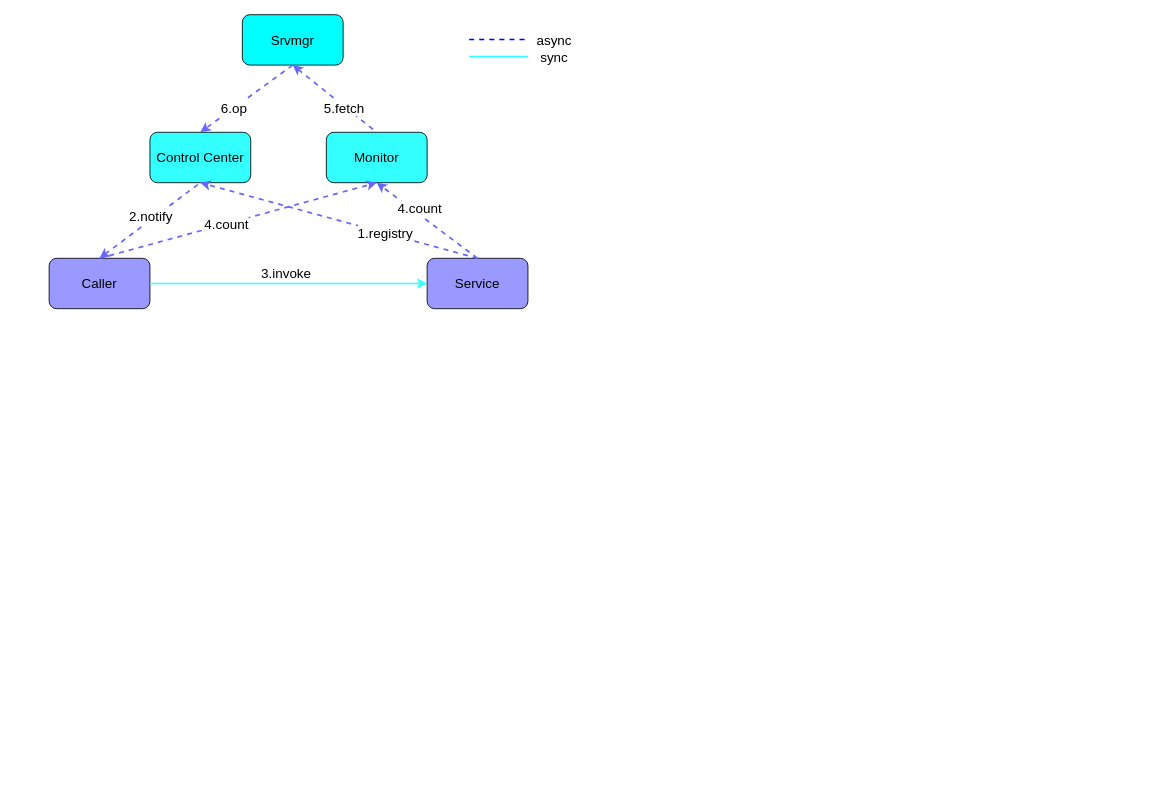
The draw.io diagram zz/zzscf/zzscf.drawio in waterystone/draw_io, before the edit. Source tidied: cells renumbered, new cells numbered last; positions are measured from the earlier drawing's top-left corner, leaving out a move shared by most shapes. Both pictures are drawn from the tidied source at 84%, with x=0, y=0 at pixel (49, 14).
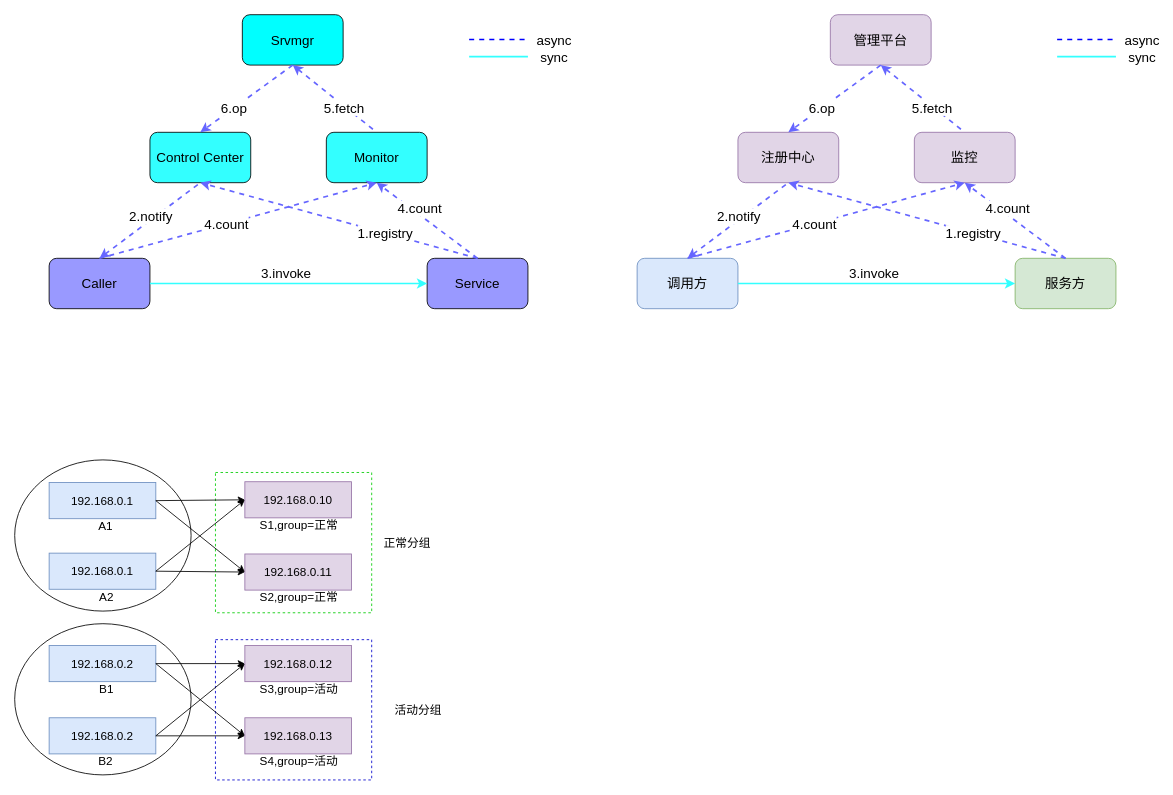
Above is the later version.

Change to the diagram source:
```diff
@@
+    <mxCell id="25" style="ellipse;whiteSpace=wrap;html=1;fillColor=none;" parent="1" vertex="1">
+      <mxGeometry x="-41" y="530" width="210" height="180" as="geometry" />
+    </mxCell>
@@
+    <mxCell id="26" value="调用方" style="rounded=1;whiteSpace=wrap;html=1;fillColor=#dae8fc;fontSize=16;strokeColor=#6c8ebf;" parent="1" vertex="1">
+      <mxGeometry x="700" y="290" width="120" height="60" as="geometry" />
+    </mxCell>
+    <mxCell id="27" value="服务方" style="rounded=1;whiteSpace=wrap;html=1;fillColor=#d5e8d4;fontSize=16;strokeColor=#82b366;" parent="1" vertex="1">
+      <mxGeometry x="1150" y="290" width="120" height="60" as="geometry" />
+    </mxCell>
+    <mxCell id="28" value="注册中心" style="rounded=1;whiteSpace=wrap;html=1;fillColor=#e1d5e7;fontSize=16;strokeColor=#9673a6;" parent="1" vertex="1">
+      <mxGeometry x="820" y="140" width="120" height="60" as="geometry" />
+    </mxCell>
+    <mxCell id="29" value="监控" style="rounded=1;whiteSpace=wrap;html=1;fillColor=#e1d5e7;fontSize=16;strokeColor=#9673a6;" parent="1" vertex="1">
+      <mxGeometry x="1030" y="140" width="120" height="60" as="geometry" />
+    </mxCell>
+    <mxCell id="30" value="管理平台" style="rounded=1;whiteSpace=wrap;html=1;fillColor=#e1d5e7;fontSize=16;strokeColor=#9673a6;" parent="1" vertex="1">
+      <mxGeometry x="930" width="120" height="60" as="geometry" />
+    </mxCell>
+    <mxCell id="31" style="endArrow=classic;html=1;fontSize=16;entryX=0.5;entryY=1;entryDx=0;entryDy=0;exitX=0.5;exitY=0;exitDx=0;exitDy=0;dashed=1;strokeWidth=2;strokeColor=#6666FF;" parent="1" edge="1" source="27" target="28">
+      <mxGeometry relative="1" as="geometry" />
+    </mxCell>
+    <mxCell id="32" value="1.registry" style="text;html=1;align=center;verticalAlign=middle;labelBackgroundColor=#ffffff;fontSize=16;" parent="31" vertex="1">
+      <mxGeometry x="0.07" y="-2" relative="1" as="geometry">
+        <mxPoint x="65.1" y="19.8" as="offset" />
+      </mxGeometry>
+    </mxCell>
+    <mxCell id="33" style="endArrow=none;html=1;fontSize=16;entryX=0.5;entryY=1;entryDx=0;entryDy=0;exitX=0.5;exitY=0;exitDx=0;exitDy=0;dashed=1;strokeWidth=2;strokeColor=#6666FF;startArrow=classic;startFill=1;endFill=0;" parent="1" edge="1" source="26" target="28">
+      <mxGeometry relative="1" as="geometry" />
+    </mxCell>
+    <mxCell id="34" value="2.notify" style="text;html=1;align=center;verticalAlign=middle;labelBackgroundColor=#ffffff;fontSize=16;" parent="33" vertex="1">
+      <mxGeometry x="-0.65" y="3" relative="1" as="geometry">
+        <mxPoint x="41" y="-32" as="offset" />
+      </mxGeometry>
+    </mxCell>
+    <mxCell id="35" style="endArrow=classic;html=1;fontSize=16;entryX=0;entryY=0.5;entryDx=0;entryDy=0;exitX=1;exitY=0.5;exitDx=0;exitDy=0;strokeWidth=2;strokeColor=#33FFFF;" parent="1" edge="1" source="26" target="27">
+      <mxGeometry relative="1" as="geometry" />
+    </mxCell>
+    <mxCell id="36" value="3.invoke" style="text;html=1;align=center;verticalAlign=middle;labelBackgroundColor=#ffffff;fontSize=16;" parent="35" vertex="1">
+      <mxGeometry x="0.07" y="-2" relative="1" as="geometry">
+        <mxPoint x="-16" y="-15" as="offset" />
+      </mxGeometry>
+    </mxCell>
+    <mxCell id="37" style="endArrow=classic;html=1;fontSize=16;entryX=0.5;entryY=1;entryDx=0;entryDy=0;exitX=0.5;exitY=0;exitDx=0;exitDy=0;dashed=1;strokeWidth=2;strokeColor=#6666FF;" parent="1" edge="1" source="26" target="29">
+      <mxGeometry relative="1" as="geometry" />
+    </mxCell>
+    <mxCell id="38" value="4.count" style="text;html=1;align=center;verticalAlign=middle;labelBackgroundColor=#ffffff;fontSize=16;" parent="37" vertex="1">
+      <mxGeometry x="0.07" y="-2" relative="1" as="geometry">
+        <mxPoint x="-26.1" y="6" as="offset" />
+      </mxGeometry>
+    </mxCell>
+    <mxCell id="39" style="endArrow=classic;html=1;fontSize=16;entryX=0.5;entryY=1;entryDx=0;entryDy=0;exitX=0.5;exitY=0;exitDx=0;exitDy=0;dashed=1;strokeWidth=2;strokeColor=#6666FF;" parent="1" edge="1" source="27" target="29">
+      <mxGeometry relative="1" as="geometry" />
+    </mxCell>
+    <mxCell id="40" value="4.count" style="text;html=1;align=center;verticalAlign=middle;labelBackgroundColor=#ffffff;fontSize=16;" parent="39" vertex="1">
+      <mxGeometry x="0.07" y="-2" relative="1" as="geometry">
+        <mxPoint x="-7.2" y="-10.4" as="offset" />
+      </mxGeometry>
+    </mxCell>
+    <mxCell id="41" style="endArrow=classic;html=1;fontSize=16;entryX=0.5;entryY=0;entryDx=0;entryDy=0;exitX=0.5;exitY=1;exitDx=0;exitDy=0;dashed=1;strokeWidth=2;strokeColor=#6666FF;" parent="1" edge="1" source="30" target="28">
+      <mxGeometry relative="1" as="geometry" />
+    </mxCell>
+    <mxCell id="42" value="6.op" style="text;html=1;align=center;verticalAlign=middle;labelBackgroundColor=#ffffff;fontSize=16;" parent="41" vertex="1">
+      <mxGeometry x="0.07" y="-2" relative="1" as="geometry">
+        <mxPoint x="-10.6" y="9.3" as="offset" />
+      </mxGeometry>
+    </mxCell>
+    <mxCell id="43" style="endArrow=none;html=1;fontSize=16;entryX=0.5;entryY=0;entryDx=0;entryDy=0;exitX=0.5;exitY=1;exitDx=0;exitDy=0;dashed=1;strokeWidth=2;strokeColor=#6666FF;startArrow=classic;startFill=1;endFill=0;" parent="1" edge="1" source="30" target="29">
+      <mxGeometry relative="1" as="geometry" />
+    </mxCell>
+    <mxCell id="44" value="5.fetch" style="text;html=1;align=center;verticalAlign=middle;labelBackgroundColor=#ffffff;fontSize=16;" parent="43" vertex="1">
+      <mxGeometry x="0.07" y="-2" relative="1" as="geometry">
+        <mxPoint x="8.1" y="6" as="offset" />
+      </mxGeometry>
+    </mxCell>
+    <mxCell id="45" style="endArrow=none;html=1;fontSize=16;strokeWidth=2;strokeColor=#33FFFF;endFill=0;" parent="1" edge="1">
+      <mxGeometry relative="1" as="geometry">
+        <mxPoint x="1200" y="50" as="sourcePoint" />
+        <mxPoint x="1270" y="50" as="targetPoint" />
+      </mxGeometry>
+    </mxCell>
+    <mxCell id="46" value="sync" style="text;html=1;align=center;verticalAlign=middle;labelBackgroundColor=#ffffff;fontSize=16;" parent="45" vertex="1">
+      <mxGeometry x="0.07" y="-2" relative="1" as="geometry">
+        <mxPoint x="63" y="-2" as="offset" />
+      </mxGeometry>
+    </mxCell>
+    <mxCell id="47" style="endArrow=none;html=1;fontSize=16;strokeWidth=2;strokeColor=#0000FF;endFill=0;dashed=1;" parent="1" edge="1">
+      <mxGeometry relative="1" as="geometry">
+        <mxPoint x="1200" y="29.5" as="sourcePoint" />
+        <mxPoint x="1270" y="29.5" as="targetPoint" />
+      </mxGeometry>
+    </mxCell>
+    <mxCell id="48" value="async" style="text;html=1;align=center;verticalAlign=middle;labelBackgroundColor=#ffffff;fontSize=16;" parent="47" vertex="1">
+      <mxGeometry x="0.07" y="-2" relative="1" as="geometry">
+        <mxPoint x="63" y="-2" as="offset" />
+      </mxGeometry>
+    </mxCell>
+    <mxCell id="49" style="rounded=0;whiteSpace=wrap;html=1;fontSize=14;fillColor=none;dashed=1;strokeColor=#0000CC;" parent="1" vertex="1">
+      <mxGeometry x="198" y="744" width="186" height="167" as="geometry" />
+    </mxCell>
+    <mxCell id="50" style="rounded=0;whiteSpace=wrap;html=1;fontSize=14;fillColor=none;dashed=1;strokeColor=#00CC00;" parent="1" vertex="1">
+      <mxGeometry x="198" y="545" width="186" height="167" as="geometry" />
+    </mxCell>
+    <mxCell id="51" style="group;" parent="1" vertex="1">
+      <mxGeometry y="557" width="127" height="62" as="geometry" />
+    </mxCell>
+    <mxCell id="52" value="192.168.0.1" style="rounded=0;whiteSpace=wrap;html=1;fontSize=14;fillColor=#dae8fc;strokeColor=#6c8ebf;" parent="51" vertex="1">
+      <mxGeometry width="127" height="43" as="geometry" />
+    </mxCell>
+    <mxCell id="53" value="A1" style="text;html=1;align=center;verticalAlign=middle;strokeColor=none;fillColor=none;fontSize=14;" parent="51" vertex="1">
+      <mxGeometry x="53.5" y="41" width="27" height="21" as="geometry" />
+    </mxCell>
+    <mxCell id="54" style="group;" parent="1" vertex="1">
+      <mxGeometry y="751" width="127" height="62" as="geometry" />
+    </mxCell>
+    <mxCell id="55" value="192.168.0.2" style="rounded=0;whiteSpace=wrap;html=1;fontSize=14;fillColor=#dae8fc;strokeColor=#6c8ebf;" parent="54" vertex="1">
+      <mxGeometry width="127" height="43" as="geometry" />
+    </mxCell>
+    <mxCell id="56" value="B1" style="text;html=1;align=center;verticalAlign=middle;strokeColor=none;fillColor=none;fontSize=14;" parent="54" vertex="1">
+      <mxGeometry x="52.5" y="42" width="30" height="20" as="geometry" />
+    </mxCell>
+    <mxCell id="57" style="group;" parent="1" vertex="1">
+      <mxGeometry x="233" y="556" width="127" height="62" as="geometry" />
+    </mxCell>
+    <mxCell id="58" value="192.168.0.10" style="rounded=0;whiteSpace=wrap;html=1;fontSize=14;fillColor=#e1d5e7;strokeColor=#9673a6;" parent="57" vertex="1">
+      <mxGeometry width="127" height="43" as="geometry" />
+    </mxCell>
+    <mxCell id="59" value="S1,group=正常" style="text;html=1;align=center;verticalAlign=middle;strokeColor=none;fillColor=none;fontSize=14;" parent="57" vertex="1">
+      <mxGeometry x="12" y="41" width="103" height="21" as="geometry" />
+    </mxCell>
+    <mxCell id="60" style="group;" parent="1" vertex="1">
+      <mxGeometry x="233" y="642" width="127" height="62" as="geometry" />
+    </mxCell>
+    <mxCell id="61" value="192.168.0.11" style="rounded=0;whiteSpace=wrap;html=1;fontSize=14;fillColor=#e1d5e7;strokeColor=#9673a6;" parent="60" vertex="1">
+      <mxGeometry width="127" height="43" as="geometry" />
+    </mxCell>
+    <mxCell id="62" value="S2,group=正常" style="text;html=1;align=center;verticalAlign=middle;strokeColor=none;fillColor=none;fontSize=14;" parent="60" vertex="1">
+      <mxGeometry x="12" y="41" width="103" height="21" as="geometry" />
+    </mxCell>
+    <mxCell id="63" style="group;" parent="1" vertex="1">
+      <mxGeometry x="233" y="751" width="127" height="62" as="geometry" />
+    </mxCell>
+    <mxCell id="64" value="192.168.0.12" style="rounded=0;whiteSpace=wrap;html=1;fontSize=14;fillColor=#e1d5e7;strokeColor=#9673a6;" parent="63" vertex="1">
+      <mxGeometry width="127" height="43" as="geometry" />
+    </mxCell>
+    <mxCell id="65" value="S3,group=活动" style="text;html=1;align=center;verticalAlign=middle;strokeColor=none;fillColor=none;fontSize=14;" parent="63" vertex="1">
+      <mxGeometry x="12.5" y="41" width="103" height="21" as="geometry" />
+    </mxCell>
+    <mxCell id="66" style="group;" parent="1" vertex="1">
+      <mxGeometry x="233" y="837" width="127" height="62" as="geometry" />
+    </mxCell>
+    <mxCell id="67" value="192.168.0.13" style="rounded=0;whiteSpace=wrap;html=1;fontSize=14;fillColor=#e1d5e7;strokeColor=#9673a6;" parent="66" vertex="1">
+      <mxGeometry width="127" height="43" as="geometry" />
+    </mxCell>
+    <mxCell id="68" value="S4,group=活动" style="text;html=1;align=center;verticalAlign=middle;strokeColor=none;fillColor=none;fontSize=14;" parent="66" vertex="1">
+      <mxGeometry x="12.5" y="41" width="103" height="21" as="geometry" />
+    </mxCell>
+    <mxCell id="69" style="endArrow=classic;html=1;rounded=0;fontSize=14;exitX=1;exitY=0.5;exitDx=0;exitDy=0;entryX=0;entryY=0.5;entryDx=0;entryDy=0;" parent="1" edge="1" source="52" target="58">
+      <mxGeometry relative="1" as="geometry" />
+    </mxCell>
+    <mxCell id="70" style="endArrow=classic;html=1;rounded=0;fontSize=14;exitX=1;exitY=0.5;exitDx=0;exitDy=0;entryX=0;entryY=0.5;entryDx=0;entryDy=0;" parent="1" edge="1" source="52" target="61">
+      <mxGeometry relative="1" as="geometry" />
+    </mxCell>
+    <mxCell id="71" style="endArrow=classic;html=1;rounded=0;fontSize=14;exitX=1;exitY=0.5;exitDx=0;exitDy=0;entryX=0;entryY=0.5;entryDx=0;entryDy=0;strokeColor=#000000;" parent="1" edge="1" source="55" target="64">
+      <mxGeometry relative="1" as="geometry" />
+    </mxCell>
+    <mxCell id="72" style="endArrow=classic;html=1;rounded=0;fontSize=14;exitX=1;exitY=0.5;exitDx=0;exitDy=0;entryX=0;entryY=0.5;entryDx=0;entryDy=0;strokeColor=#000000;" parent="1" edge="1" source="55" target="67">
+      <mxGeometry relative="1" as="geometry" />
+    </mxCell>
+    <mxCell id="73" value="正常分组" style="text;html=1;align=center;verticalAlign=middle;strokeColor=none;fillColor=none;fontSize=14;" parent="1" vertex="1">
+      <mxGeometry x="393" y="618" width="66" height="21" as="geometry" />
+    </mxCell>
+    <mxCell id="74" value="活动分组" style="text;html=1;align=center;verticalAlign=middle;strokeColor=none;fillColor=none;fontSize=14;" parent="1" vertex="1">
+      <mxGeometry x="406" y="817" width="66" height="21" as="geometry" />
+    </mxCell>
+    <mxCell id="75" style="group;" parent="1" vertex="1">
+      <mxGeometry y="641" width="127" height="62" as="geometry" />
+    </mxCell>
+    <mxCell id="76" value="192.168.0.1" style="rounded=0;whiteSpace=wrap;html=1;fontSize=14;fillColor=#dae8fc;strokeColor=#6c8ebf;" parent="75" vertex="1">
+      <mxGeometry width="127" height="43" as="geometry" />
+    </mxCell>
+    <mxCell id="77" value="A2" style="text;html=1;align=center;verticalAlign=middle;strokeColor=none;fillColor=none;fontSize=14;" parent="75" vertex="1">
+      <mxGeometry x="52.5" y="42" width="30" height="20" as="geometry" />
+    </mxCell>
+    <mxCell id="78" style="endArrow=classic;html=1;rounded=0;fontSize=14;exitX=1;exitY=0.5;exitDx=0;exitDy=0;entryX=0;entryY=0.5;entryDx=0;entryDy=0;" parent="1" edge="1" source="76" target="58">
+      <mxGeometry relative="1" as="geometry" />
+    </mxCell>
+    <mxCell id="79" style="endArrow=classic;html=1;rounded=0;fontSize=14;exitX=1;exitY=0.5;exitDx=0;exitDy=0;entryX=0;entryY=0.5;entryDx=0;entryDy=0;" parent="1" edge="1" source="76" target="61">
+      <mxGeometry relative="1" as="geometry" />
+    </mxCell>
+    <mxCell id="80" style="group;" parent="1" vertex="1">
+      <mxGeometry y="837" width="127" height="62" as="geometry" />
+    </mxCell>
+    <mxCell id="81" value="192.168.0.2" style="rounded=0;whiteSpace=wrap;html=1;fontSize=14;fillColor=#dae8fc;strokeColor=#6c8ebf;" parent="80" vertex="1">
+      <mxGeometry width="127" height="43" as="geometry" />
+    </mxCell>
+    <mxCell id="82" value="B2" style="text;html=1;align=center;verticalAlign=middle;strokeColor=none;fillColor=none;fontSize=14;" parent="80" vertex="1">
+      <mxGeometry x="53.5" y="41" width="27" height="21" as="geometry" />
+    </mxCell>
+    <mxCell id="83" style="endArrow=classic;html=1;rounded=0;fontSize=14;exitX=1;exitY=0.5;exitDx=0;exitDy=0;entryX=0;entryY=0.5;entryDx=0;entryDy=0;strokeColor=#000000;" parent="1" edge="1" source="81" target="64">
+      <mxGeometry relative="1" as="geometry" />
+    </mxCell>
+    <mxCell id="84" style="endArrow=classic;html=1;rounded=0;fontSize=14;exitX=1;exitY=0.5;exitDx=0;exitDy=0;entryX=0;entryY=0.5;entryDx=0;entryDy=0;strokeColor=#000000;" parent="1" edge="1" source="81" target="67">
+      <mxGeometry relative="1" as="geometry" />
+    </mxCell>
+    <mxCell id="85" style="ellipse;whiteSpace=wrap;html=1;fillColor=none;" parent="1" vertex="1">
+      <mxGeometry x="-41" y="725" width="210" height="180" as="geometry" />
+    </mxCell>
```
